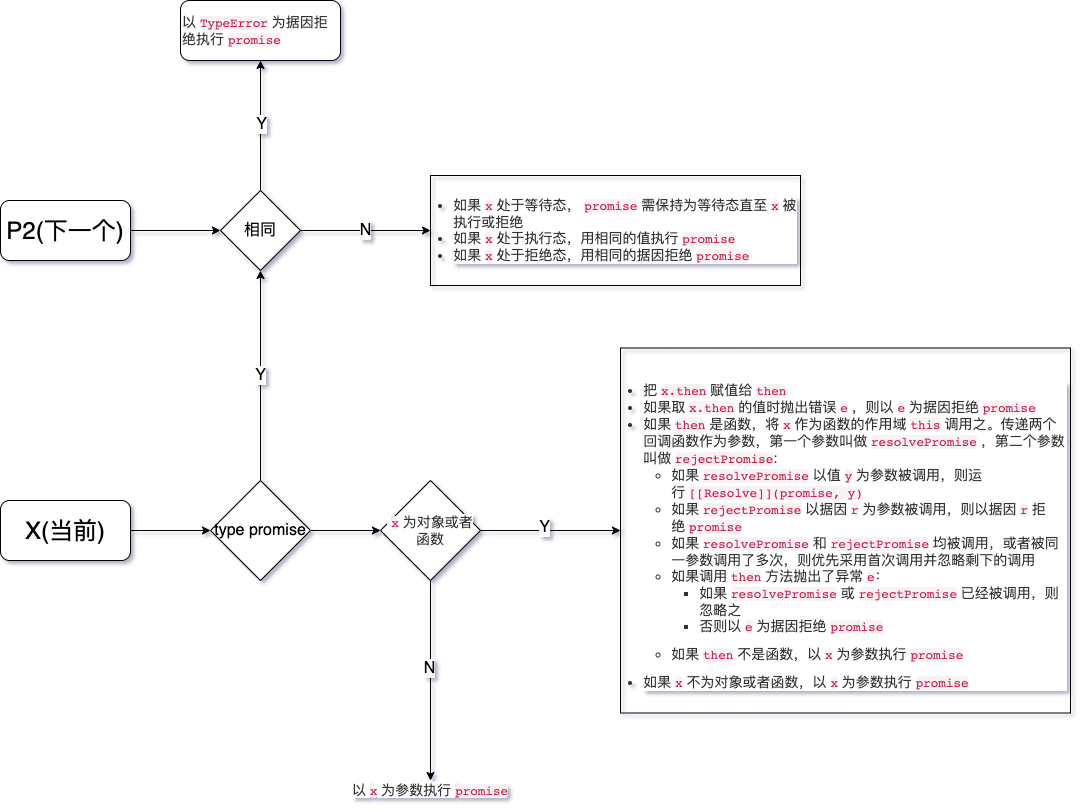
This is src/promise/images/promise-resolve.png from Rain120/awesome-javascript-code-implementation, a draw.io export, as it was before one commit. Source tidied: cells renumbered, new cells last; positions are measured from the earlier drawing's top-left corner, leaving out a move shared by most shapes.
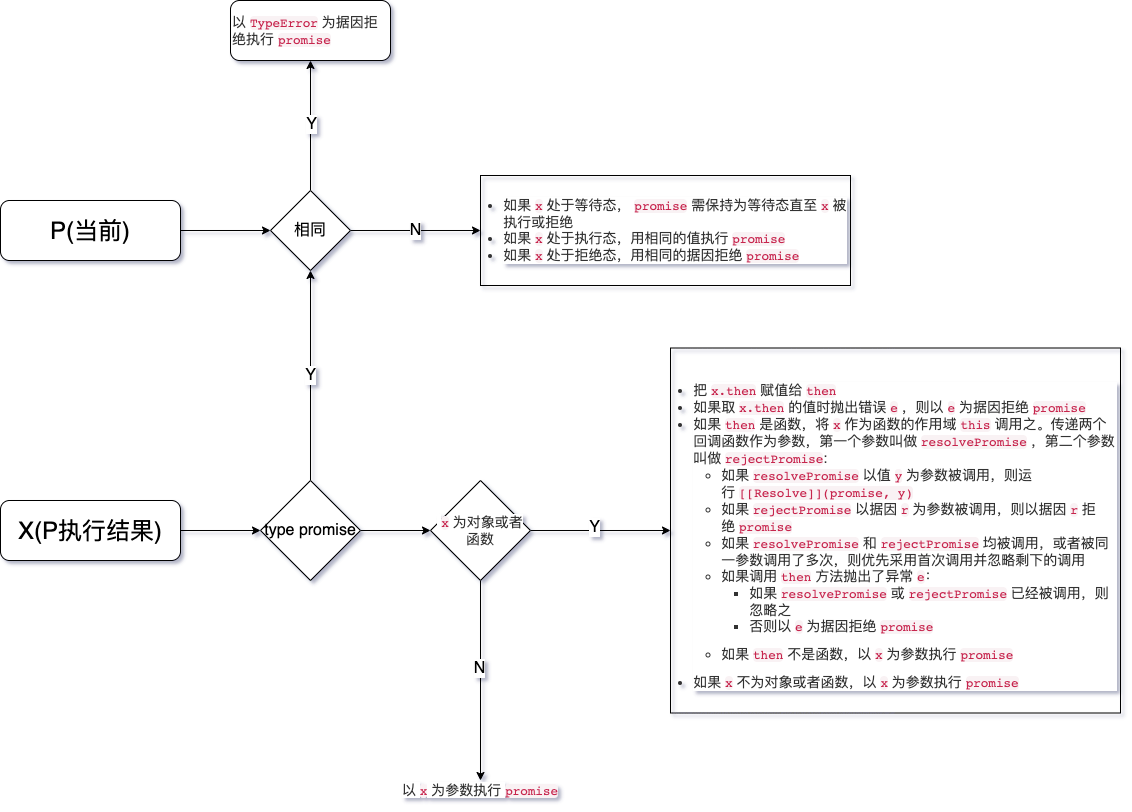
Later version of the same file.

Commit message:
Fix deploy time & Promise bug (#26)

What changed in the source:
```diff
@@ -5,14 +5,14 @@
     <mxCell id="2" style="edgeStyle=orthogonalEdgeStyle;rounded=0;jettySize=auto;html=1;exitX=1;exitY=0.5;exitDx=0;exitDy=0;entryX=0;entryY=0.5;entryDx=0;entryDy=0;" parent="1" edge="1" source="3" target="8">
       <mxGeometry relative="1" as="geometry" />
     </mxCell>
-    <mxCell id="3" value="&lt;font style=&quot;font-size: 24px&quot;&gt;X(当前)&lt;/font&gt;" style="rounded=1;whiteSpace=wrap;html=1;" parent="1" vertex="1">
-      <mxGeometry y="500" width="130" height="60" as="geometry" />
+    <mxCell id="3" value="&lt;font style=&quot;font-size: 24px&quot;&gt;X(P执行结果)&lt;/font&gt;" style="rounded=1;whiteSpace=wrap;html=1;" parent="1" vertex="1">
+      <mxGeometry x="-50" y="500" width="180" height="60" as="geometry" />
     </mxCell>
     <mxCell id="4" style="edgeStyle=orthogonalEdgeStyle;rounded=0;jettySize=auto;html=1;exitX=1;exitY=0.5;exitDx=0;exitDy=0;entryX=0;entryY=0.5;entryDx=0;entryDy=0;" parent="1" edge="1" source="5" target="12">
       <mxGeometry relative="1" as="geometry" />
     </mxCell>
-    <mxCell id="5" value="&lt;font style=&quot;font-size: 24px&quot;&gt;P2(下一个&lt;/font&gt;&lt;span style=&quot;font-size: 24px&quot;&gt;)&lt;/span&gt;" style="rounded=1;whiteSpace=wrap;html=1;" parent="1" vertex="1">
-      <mxGeometry y="200" width="130" height="60" as="geometry" />
+    <mxCell id="5" value="&lt;font style=&quot;font-size: 24px&quot;&gt;P(当前&lt;/font&gt;&lt;span style=&quot;font-size: 24px&quot;&gt;)&lt;/span&gt;" style="rounded=1;whiteSpace=wrap;html=1;" parent="1" vertex="1">
+      <mxGeometry x="-50" y="200" width="180" height="60" as="geometry" />
     </mxCell>
     <mxCell id="6" value="&lt;font style=&quot;font-size: 16px&quot;&gt;Y&lt;/font&gt;" style="edgeStyle=orthogonalEdgeStyle;rounded=0;jettySize=auto;html=1;entryX=0.5;entryY=1;entryDx=0;entryDy=0;" parent="1" edge="1" source="8" target="12">
       <mxGeometry relative="1" as="geometry" />
```
